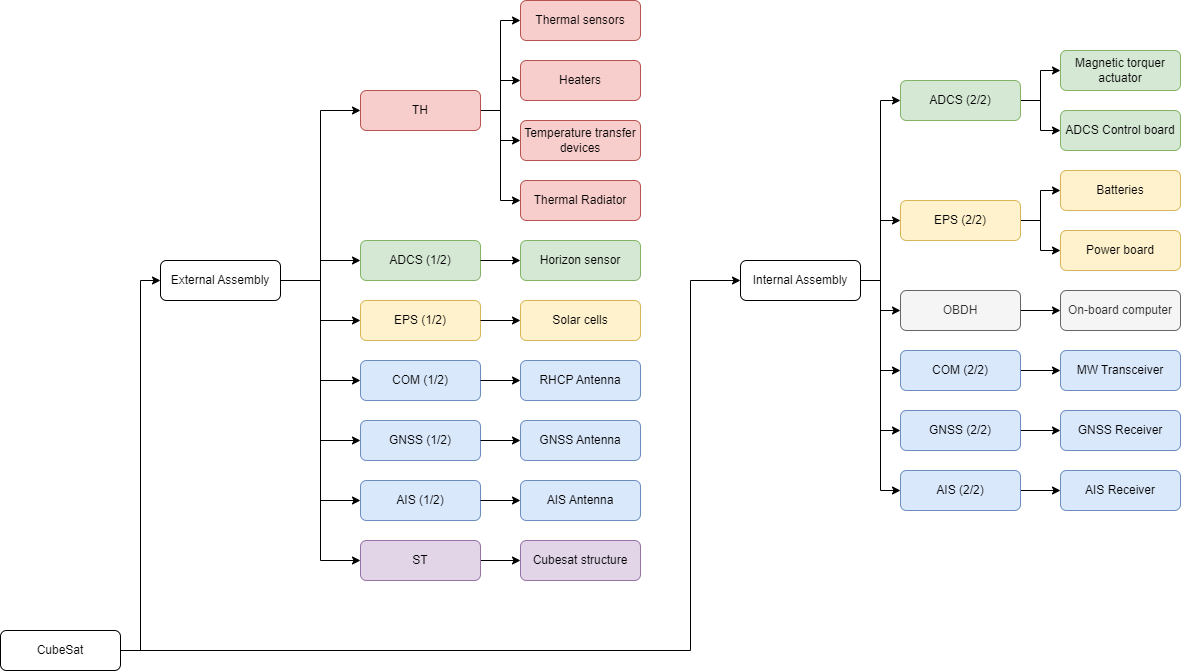
javijnb/LPRO_diagrams keeps this draw.io diagram as assembly-tree.png. Above is the earlier version. Source tidied: cells renumbered, new cells last; positions are measured from the earlier drawing's top-left corner, leaving out a move shared by most shapes.
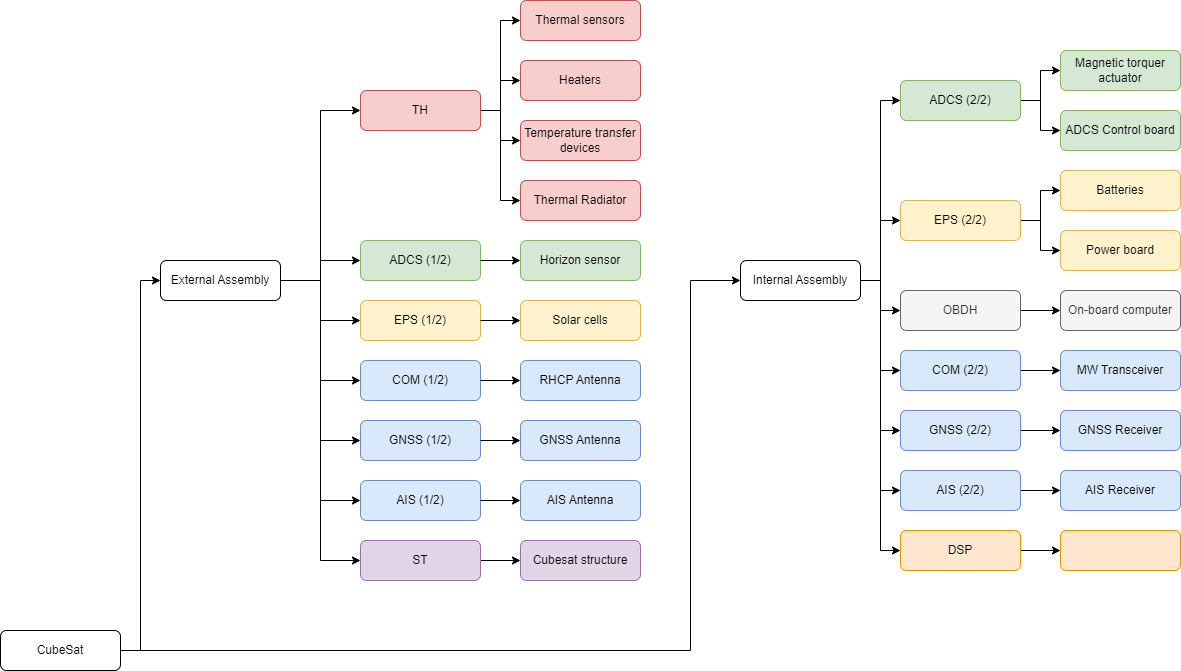
Later version of the same file.

What changed in the source:
```diff
@@ -68,6 +68,9 @@
     <mxCell id="18" style="edgeStyle=orthogonalEdgeStyle;rounded=0;jettySize=auto;html=1;exitX=1;exitY=0.5;exitDx=0;exitDy=0;entryX=0;entryY=0.5;entryDx=0;entryDy=0;" parent="1" edge="1" source="19" target="53">
       <mxGeometry relative="1" as="geometry" />
     </mxCell>
+    <mxCell id="72" style="edgeStyle=orthogonalEdgeStyle;rounded=0;jettySize=auto;html=1;exitX=1;exitY=0.5;exitDx=0;exitDy=0;entryX=0;entryY=0.5;entryDx=0;entryDy=0;" parent="1" edge="1" source="19" target="74">
+      <mxGeometry relative="1" as="geometry" />
+    </mxCell>
     <mxCell id="19" value="Internal Assembly" style="rounded=1;whiteSpace=wrap;html=1;" parent="1" vertex="1">
       <mxGeometry x="740" y="260" width="120" height="40" as="geometry" />
     </mxCell>
@@ -227,5 +230,14 @@
     <mxCell id="71" style="edgeStyle=orthogonalEdgeStyle;rounded=0;jettySize=auto;html=1;exitX=1;exitY=0.5;exitDx=0;exitDy=0;entryX=0;entryY=0.5;entryDx=0;entryDy=0;" parent="58" edge="1" source="64" target="61">
       <mxGeometry relative="1" as="geometry" />
     </mxCell>
+    <mxCell id="73" style="edgeStyle=orthogonalEdgeStyle;rounded=0;jettySize=auto;html=1;exitX=1;exitY=0.5;exitDx=0;exitDy=0;entryX=0;entryY=0.5;entryDx=0;entryDy=0;" parent="1" edge="1" source="74" target="75">
+      <mxGeometry relative="1" as="geometry" />
+    </mxCell>
+    <mxCell id="74" value="DSP" style="rounded=1;whiteSpace=wrap;html=1;fillColor=#ffe6cc;strokeColor=#d79b00;" parent="1" vertex="1">
+      <mxGeometry x="900" y="530" width="120" height="40" as="geometry" />
+    </mxCell>
+    <mxCell id="75" style="rounded=1;whiteSpace=wrap;html=1;fillColor=#ffe6cc;strokeColor=#d79b00;" parent="1" vertex="1">
+      <mxGeometry x="1060" y="530" width="120" height="40" as="geometry" />
+    </mxCell>
   </root>
 </mxGraphModel>
```
